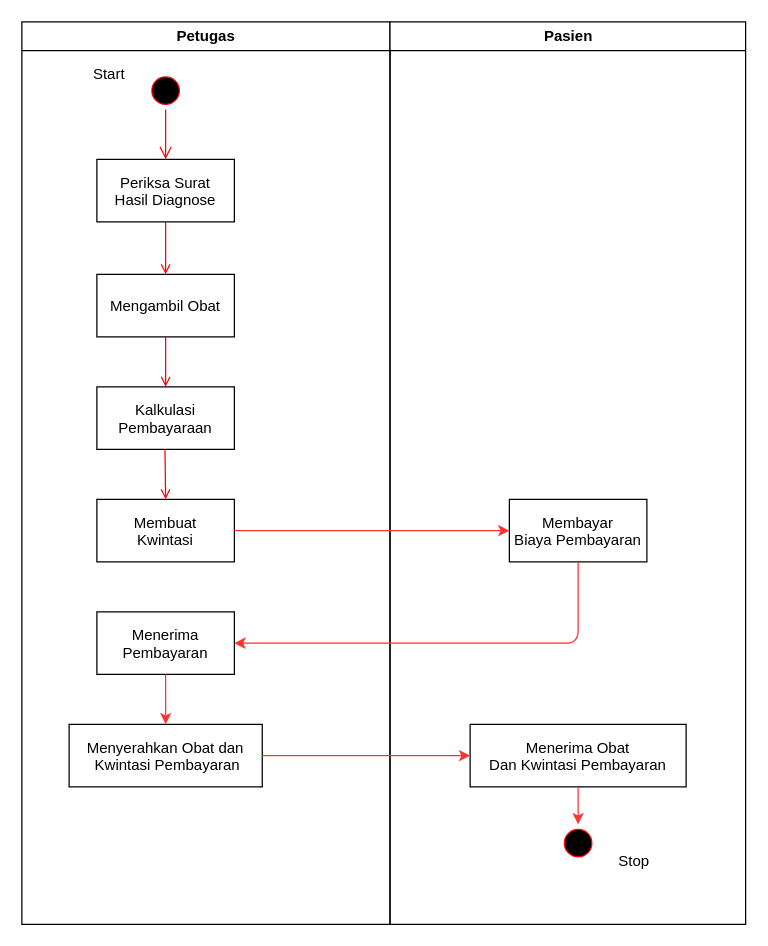
Above: Proses Pembayaran.drawio in ratihpn99/rpn (draw.io), before the change. Source tidied: cells renumbered, new cells numbered last; positions are measured from the earlier drawing's top-left corner, leaving out a move shared by most shapes. Both pictures are drawn from the tidied source at 125%, with x=0, y=0 at pixel (21, 21).
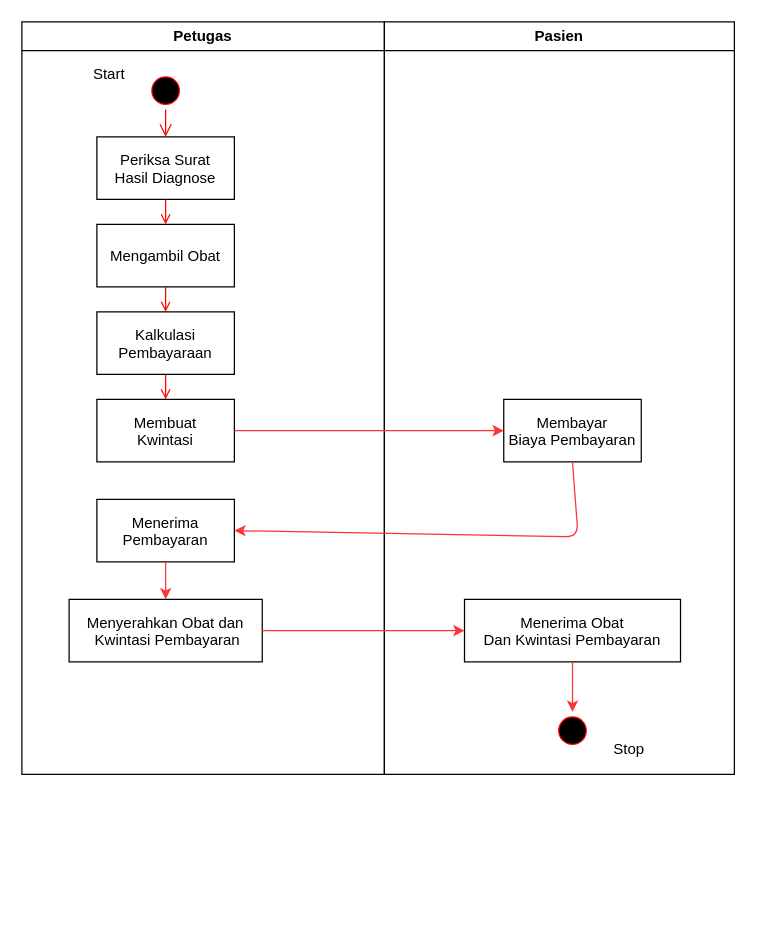
After the change.

Change to the diagram source:
```diff
@@
     <mxCell id="2" value="Petugas" style="swimlane;whiteSpace=wrap;" parent="1" vertex="1">
-      <mxGeometry width="294.5" height="722" as="geometry" />
+      <mxGeometry width="290" height="602" as="geometry" />
     </mxCell>
@@
     <mxCell id="5" value="Periksa Surat&#10;Hasil Diagnose" parent="2" vertex="1">
-      <mxGeometry x="60" y="110" width="110" height="50" as="geometry" />
+      <mxGeometry x="60" y="92" width="110" height="50" as="geometry" />
     </mxCell>
     <mxCell id="6" value="Mengambil Obat" parent="2" vertex="1">
-      <mxGeometry x="60" y="202" width="110" height="50" as="geometry" />
+      <mxGeometry x="60" y="162" width="110" height="50" as="geometry" />
     </mxCell>
@@
     <mxCell id="8" value="Kalkulasi&#10;Pembayaraan" parent="2" vertex="1">
-      <mxGeometry x="60" y="292" width="110" height="50" as="geometry" />
+      <mxGeometry x="60" y="232" width="110" height="50" as="geometry" />
     </mxCell>
@@
-    <mxCell id="10" value="Membuat&#10;Kwintasi" parent="2" vertex="1">
-      <mxGeometry x="60" y="382" width="110" height="50" as="geometry" />
-    </mxCell>
     <mxCell id="11" value="Menerima &#10;Pembayaran" parent="2" vertex="1">
-      <mxGeometry x="60" y="472" width="110" height="50" as="geometry" />
+      <mxGeometry x="60" y="382" width="110" height="50" as="geometry" />
     </mxCell>
     <mxCell id="12" value="Menyerahkan Obat dan&#10; Kwintasi Pembayaran" parent="2" vertex="1">
-      <mxGeometry x="37.8" y="562" width="154.5" height="50" as="geometry" />
+      <mxGeometry x="37.8" y="462" width="154.5" height="50" as="geometry" />
     </mxCell>
-    <mxCell id="13" style="endArrow=open;strokeColor=#FF0000;endFill=1;rounded=0;" parent="2" edge="1">
-      <mxGeometry relative="1" as="geometry">
-        <mxPoint x="114.5" y="342" as="sourcePoint" />
-        <mxPoint x="115" y="382" as="targetPoint" />
-      </mxGeometry>
+    <mxCell id="13" style="endArrow=open;strokeColor=#FF0000;endFill=1;rounded=0;startArrow=none;exitX=0.5;exitY=1;exitDx=0;exitDy=0;entryX=0.5;entryY=0;entryDx=0;entryDy=0;" parent="2" edge="1" source="8" target="10">
+      <mxGeometry relative="1" as="geometry" />
     </mxCell>
@@
+    <mxCell id="10" value="Membuat&#10;Kwintasi" parent="2" vertex="1">
+      <mxGeometry x="60" y="302" width="110" height="50" as="geometry" />
+    </mxCell>
     <mxCell id="16" value="Pasien" style="swimlane;whiteSpace=wrap;" parent="1" vertex="1">
-      <mxGeometry x="294.5" width="284.5" height="722" as="geometry" />
+      <mxGeometry x="290" width="280" height="602" as="geometry" />
     </mxCell>
     <mxCell id="17" value="Membayar&#10;Biaya Pembayaran" parent="16" vertex="1">
-      <mxGeometry x="95.5" y="382" width="110" height="50" as="geometry" />
+      <mxGeometry x="95.5" y="302" width="110" height="50" as="geometry" />
     </mxCell>
     <mxCell id="18" value="Menerima Obat&#10;Dan Kwintasi Pembayaran" parent="16" vertex="1">
-      <mxGeometry x="64.1" y="562" width="172.8" height="50" as="geometry" />
+      <mxGeometry x="64.1" y="462" width="172.8" height="50" as="geometry" />
     </mxCell>
     <mxCell id="19" style="ellipse;shape=startState;fillColor=#000000;strokeColor=#ff0000;" parent="16" vertex="1">
-      <mxGeometry x="135.5" y="642" width="30" height="30" as="geometry" />
+      <mxGeometry x="135.5" y="552" width="30" height="30" as="geometry" />
     </mxCell>
@@
     <mxCell id="21" value="Stop" style="text;html=1;strokeColor=none;fillColor=none;align=center;verticalAlign=middle;whiteSpace=wrap;rounded=0;" parent="16" vertex="1">
-      <mxGeometry x="175.5" y="662" width="40" height="20" as="geometry" />
+      <mxGeometry x="175.5" y="572" width="40" height="20" as="geometry" />
     </mxCell>
@@
     <mxCell id="23" style="endArrow=classic;html=1;strokeColor=#FF3333;entryX=1;entryY=0.5;entryDx=0;entryDy=0;exitX=0.5;exitY=1;exitDx=0;exitDy=0;" parent="1" edge="1" source="17" target="11">
       <mxGeometry relative="1" as="geometry">
         <Array as="points">
-          <mxPoint x="445" y="497" />
+          <mxPoint x="445" y="412" />
         </Array>
       </mxGeometry>
     </mxCell>
```
